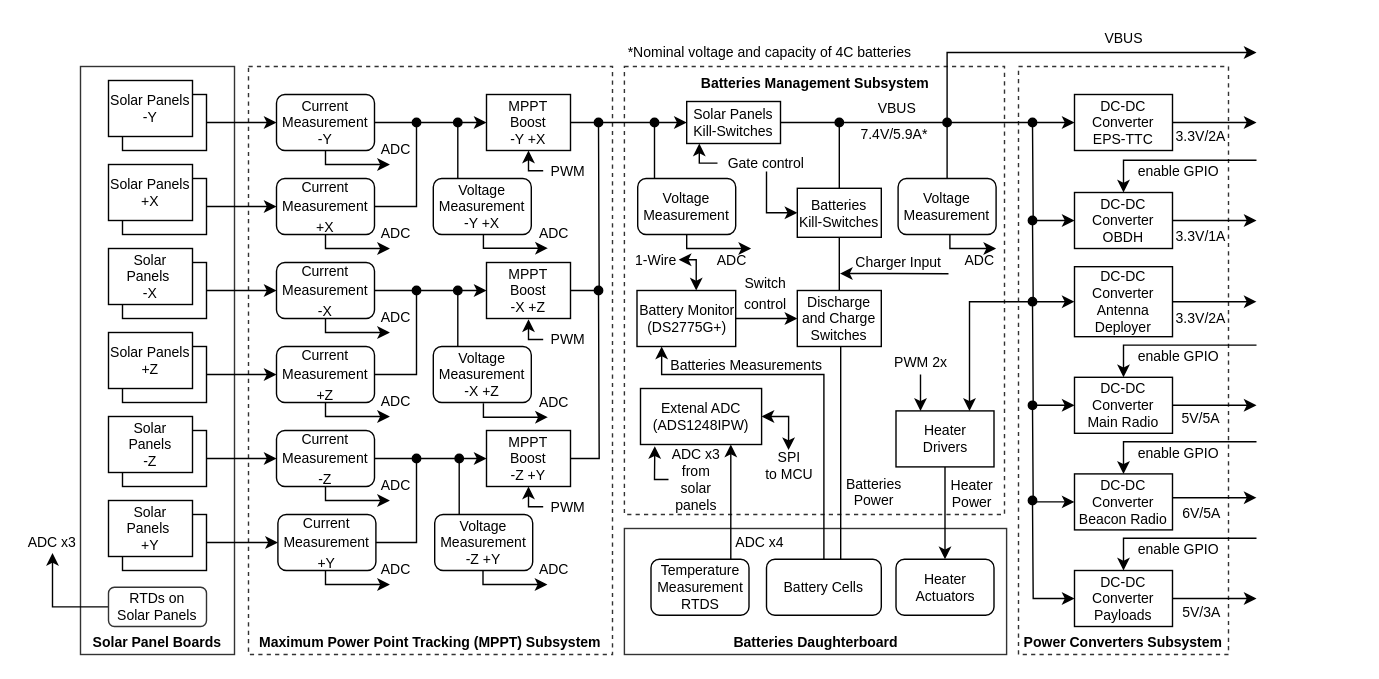
spacelab-ufsc/eps2 keeps this draw.io diagram as doc/figures/eps2_power_diagram.drawio. Above is the earlier version. Source tidied: cells renumbered, new cells numbered last; positions are measured from the earlier drawing's top-left corner, leaving out a move shared by most shapes. Both pictures are drawn from the tidied source at 140%, with x=0, y=0 at pixel (24, 24).
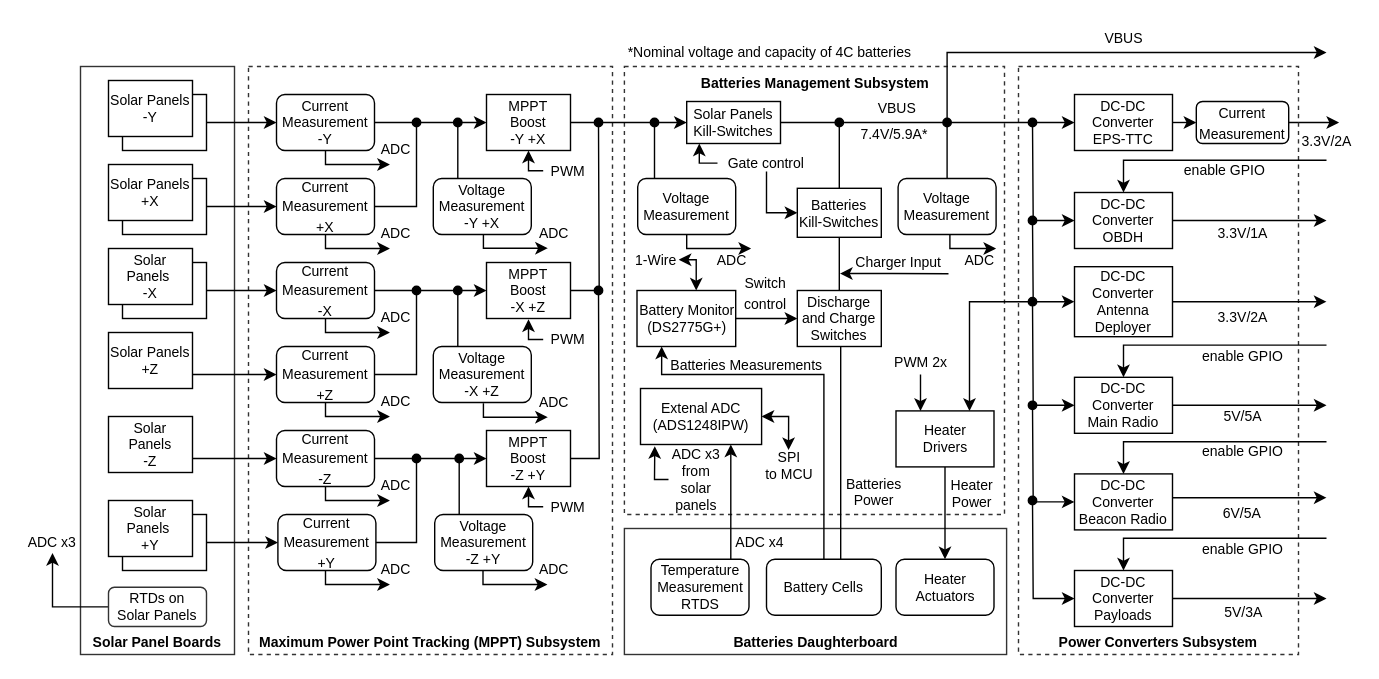
After the change.

Commit message (it also covers changes not shown here):
doc: figures: Updating power diagram and adding solar panels connection diagram

Unchanged cells that the change refers to:
```xml
<mxCell id="14" value="&lt;span style=&quot;font-size: 10px&quot;&gt;Current&lt;/span&gt;&lt;br style=&quot;font-size: 10px&quot;&gt;&lt;span style=&quot;font-size: 10px&quot;&gt;Measurement&lt;br&gt;&lt;/span&gt;&lt;span style=&quot;font-size: 10px&quot;&gt;+Z&lt;/span&gt;" style="rounded=1;whiteSpace=wrap;html=1;" parent="1" vertex="1">
  <mxGeometry x="180" y="230" width="70" height="40" as="geometry" />
</mxCell>
<mxCell id="17" value="&lt;span style=&quot;font-size: 10px&quot;&gt;Current&lt;/span&gt;&lt;br style=&quot;font-size: 10px&quot;&gt;&lt;span style=&quot;font-size: 10px&quot;&gt;Measurement&lt;/span&gt;&lt;br style=&quot;font-size: 10px&quot;&gt;&lt;span style=&quot;font-size: 10px&quot;&gt;-Z&lt;/span&gt;" style="rounded=1;whiteSpace=wrap;html=1;" parent="1" vertex="1">
  <mxGeometry x="180" y="290" width="70" height="40" as="geometry" />
</mxCell>
<mxCell id="70" value="DC-DC&lt;br&gt;Converter&lt;br&gt;EPS-TTC" style="rounded=0;whiteSpace=wrap;html=1;fontSize=10;" parent="1" vertex="1">
  <mxGeometry x="750" y="50" width="70" height="40" as="geometry" />
</mxCell>
<mxCell id="73" value="DC-DC&lt;br&gt;Converter&lt;br&gt;OBDH" style="rounded=0;whiteSpace=wrap;html=1;fontSize=10;" parent="1" vertex="1">
  <mxGeometry x="750" y="120" width="70" height="40" as="geometry" />
</mxCell>
<mxCell id="76" value="DC-DC&lt;br&gt;Converter&lt;br&gt;Antenna Deployer" style="rounded=0;whiteSpace=wrap;html=1;fontSize=10;" parent="1" vertex="1">
  <mxGeometry x="750" y="173" width="70" height="50" as="geometry" />
</mxCell>
<mxCell id="79" value="DC-DC&lt;br&gt;Converter&lt;br&gt;Main Radio" style="rounded=0;whiteSpace=wrap;html=1;fontSize=10;" parent="1" vertex="1">
  <mxGeometry x="750" y="252" width="70" height="40" as="geometry" />
</mxCell>
<mxCell id="84" value="DC-DC&lt;br&gt;Converter&lt;br&gt;Payloads" style="rounded=0;whiteSpace=wrap;html=1;fontSize=10;" parent="1" vertex="1">
  <mxGeometry x="750" y="390" width="70" height="40" as="geometry" />
</mxCell>
<mxCell id="86" value="Solar &lt;br&gt;Panels&lt;br&gt;-Z" style="rounded=0;whiteSpace=wrap;html=1;fontSize=10;" parent="1" vertex="1">
  <mxGeometry x="60" y="280" width="60" height="40" as="geometry" />
</mxCell>
<mxCell id="87" value="&lt;span&gt;Solar Panels&lt;/span&gt;&lt;br&gt;&lt;span&gt;+Z&lt;/span&gt;" style="rounded=0;whiteSpace=wrap;html=1;fontSize=10;" parent="1" vertex="1">
  <mxGeometry x="60" y="220" width="60" height="40" as="geometry" />
</mxCell>
```

Diff of the diagram source:
```diff
@@
+    <mxCell id="69" style="edgeStyle=orthogonalEdgeStyle;rounded=0;orthogonalLoop=1;jettySize=auto;html=1;exitX=1;exitY=0.5;exitDx=0;exitDy=0;endArrow=classic;endFill=1;fontSize=10;" parent="1" edge="1">
+      <mxGeometry relative="1" as="geometry">
+        <mxPoint x="888" y="70" as="sourcePoint" />
+        <mxPoint x="939" y="70" as="targetPoint" />
+      </mxGeometry>
+    </mxCell>
@@
     <mxCell id="5" value="Power Converters Subsystem" style="rounded=0;whiteSpace=wrap;html=1;fontSize=10;dashed=1;strokeWidth=1;fillColor=none;strokeColor=#333333;verticalAlign=bottom;fontStyle=1;" parent="1" vertex="1">
-      <mxGeometry x="710" y="30" width="150" height="420" as="geometry" />
+      <mxGeometry x="710" y="30" width="200" height="420" as="geometry" />
     </mxCell>
@@
-    <mxCell id="26" style="edgeStyle=orthogonalEdgeStyle;rounded=0;jettySize=auto;html=1;exitX=1;exitY=0.5;exitDx=0;exitDy=0;entryX=0;entryY=0.5;entryDx=0;entryDy=0;" parent="1" edge="1" source="27" target="14">
+    <mxCell id="26" style="edgeStyle=orthogonalEdgeStyle;rounded=0;jettySize=auto;html=1;exitX=1;exitY=0.75;exitDx=0;exitDy=0;entryX=0;entryY=0.5;entryDx=0;entryDy=0;" parent="1" edge="1" source="87" target="14">
       <mxGeometry relative="1" as="geometry" />
     </mxCell>
-    <mxCell id="27" style="rounded=0;whiteSpace=wrap;html=1;" parent="1" vertex="1">
-      <mxGeometry x="70" y="230" width="60" height="40" as="geometry" />
-    </mxCell>
-    <mxCell id="28" style="edgeStyle=orthogonalEdgeStyle;rounded=0;jettySize=auto;html=1;exitX=1;exitY=0.5;exitDx=0;exitDy=0;entryX=0;entryY=0.5;entryDx=0;entryDy=0;" parent="1" edge="1" source="29" target="17">
+    <mxCell id="28" style="edgeStyle=orthogonalEdgeStyle;rounded=0;jettySize=auto;html=1;exitX=1;exitY=0.75;exitDx=0;exitDy=0;entryX=0;entryY=0.5;entryDx=0;entryDy=0;" parent="1" edge="1" source="86" target="17">
       <mxGeometry relative="1" as="geometry" />
     </mxCell>
-    <mxCell id="29" style="rounded=0;whiteSpace=wrap;html=1;" parent="1" vertex="1">
-      <mxGeometry x="70" y="290" width="60" height="40" as="geometry" />
-    </mxCell>
@@
-    <mxCell id="69" style="edgeStyle=orthogonalEdgeStyle;rounded=0;jettySize=auto;html=1;exitX=1;exitY=0.5;exitDx=0;exitDy=0;endArrow=classic;endFill=1;fontSize=10;" parent="1" edge="1" source="70">
-      <mxGeometry relative="1" as="geometry">
-        <mxPoint x="880" y="70" as="targetPoint" />
-      </mxGeometry>
-    </mxCell>
@@
     <mxCell id="72" style="edgeStyle=orthogonalEdgeStyle;rounded=0;jettySize=auto;html=1;exitX=1;exitY=0.5;exitDx=0;exitDy=0;endArrow=classic;endFill=1;fontSize=10;" parent="1" edge="1" source="73">
       <mxGeometry relative="1" as="geometry">
-        <mxPoint x="880" y="140" as="targetPoint" />
+        <mxPoint x="930" y="140" as="targetPoint" />
       </mxGeometry>
     </mxCell>
@@
     <mxCell id="75" style="edgeStyle=orthogonalEdgeStyle;rounded=0;jettySize=auto;html=1;exitX=1;exitY=0.5;exitDx=0;exitDy=0;endArrow=classic;endFill=1;fontSize=10;" parent="1" edge="1" source="76">
       <mxGeometry relative="1" as="geometry">
-        <mxPoint x="880" y="198" as="targetPoint" />
+        <mxPoint x="930" y="198" as="targetPoint" />
       </mxGeometry>
     </mxCell>
@@
     <mxCell id="78" style="edgeStyle=orthogonalEdgeStyle;rounded=0;jettySize=auto;html=1;exitX=1;exitY=0.5;exitDx=0;exitDy=0;endArrow=classic;endFill=1;fontSize=10;" parent="1" edge="1" source="79">
       <mxGeometry relative="1" as="geometry">
-        <mxPoint x="880" y="272" as="targetPoint" />
+        <mxPoint x="930" y="272" as="targetPoint" />
       </mxGeometry>
     </mxCell>
@@
     <mxCell id="83" style="edgeStyle=orthogonalEdgeStyle;rounded=0;jettySize=auto;html=1;exitX=1;exitY=0.5;exitDx=0;exitDy=0;startArrow=none;startFill=0;endArrow=classic;endFill=1;strokeColor=#000000;fontColor=#000000;" parent="1" edge="1" source="84">
       <mxGeometry relative="1" as="geometry">
-        <mxPoint x="880" y="410" as="targetPoint" />
+        <mxPoint x="930" y="410" as="targetPoint" />
       </mxGeometry>
     </mxCell>
@@
     <mxCell id="94" value="3.3V/1A" style="text;html=1;strokeColor=none;fillColor=none;align=center;verticalAlign=middle;whiteSpace=wrap;rounded=0;shadow=0;glass=0;sketch=0;fontSize=10;" parent="1" vertex="1">
-      <mxGeometry x="820" y="141" width="41" height="19" as="geometry" />
+      <mxGeometry x="849.5" y="139.5" width="41" height="19" as="geometry" />
     </mxCell>
     <mxCell id="95" value="5V/5A" style="text;html=1;strokeColor=none;fillColor=none;align=center;verticalAlign=middle;whiteSpace=wrap;rounded=0;shadow=0;glass=0;sketch=0;fontSize=10;" parent="1" vertex="1">
-      <mxGeometry x="825" y="272.5" width="31" height="17.5" as="geometry" />
+      <mxGeometry x="854.5" y="271.2" width="31" height="17.5" as="geometry" />
     </mxCell>
     <mxCell id="96" value="3.3V/2A" style="text;html=1;strokeColor=none;fillColor=none;align=center;verticalAlign=middle;whiteSpace=wrap;rounded=0;shadow=0;glass=0;sketch=0;fontSize=10;" parent="1" vertex="1">
-      <mxGeometry x="820" y="199" width="41" height="21" as="geometry" />
+      <mxGeometry x="849.5" y="198.5" width="41" height="21" as="geometry" />
     </mxCell>
     <mxCell id="97" value="6V/5A" style="text;html=1;strokeColor=none;fillColor=none;align=center;verticalAlign=middle;whiteSpace=wrap;rounded=0;shadow=0;glass=0;sketch=0;fontSize=10;" parent="1" vertex="1">
-      <mxGeometry x="825.5" y="338" width="30" height="22" as="geometry" />
+      <mxGeometry x="855" y="338" width="30" height="22" as="geometry" />
     </mxCell>
     <mxCell id="98" value="5V/3A" style="text;html=1;strokeColor=none;fillColor=none;align=center;verticalAlign=middle;whiteSpace=wrap;rounded=0;shadow=0;glass=0;sketch=0;fontSize=10;" parent="1" vertex="1">
-      <mxGeometry x="825.5" y="410" width="30" height="20" as="geometry" />
+      <mxGeometry x="855.5" y="410" width="30" height="20" as="geometry" />
     </mxCell>
     <mxCell id="99" value="3.3V/2A" style="text;html=1;strokeColor=none;fillColor=none;align=center;verticalAlign=middle;whiteSpace=wrap;rounded=0;shadow=0;glass=0;sketch=0;fontSize=10;" parent="1" vertex="1">
-      <mxGeometry x="820" y="70" width="41" height="20" as="geometry" />
+      <mxGeometry x="910" y="73" width="41" height="20" as="geometry" />
     </mxCell>
     <mxCell id="100" style="edgeStyle=orthogonalEdgeStyle;rounded=0;jettySize=auto;html=1;startArrow=classic;startFill=1;endArrow=none;endFill=0;strokeWidth=1;fontSize=10;fontColor=#FF0000;exitX=0.5;exitY=0;exitDx=0;exitDy=0;" parent="1" edge="1" source="84">
       <mxGeometry relative="1" as="geometry">
-        <mxPoint x="880" y="367" as="targetPoint" />
+        <mxPoint x="930" y="367" as="targetPoint" />
         <Array as="points">
           <mxPoint x="785" y="367" />
           <mxPoint x="880" y="367" />
         </Array>
       </mxGeometry>
     </mxCell>
     <mxCell id="101" value="enable GPIO" style="text;html=1;strokeColor=none;fillColor=none;align=center;verticalAlign=middle;whiteSpace=wrap;rounded=0;shadow=0;glass=0;sketch=0;fontSize=10;" parent="1" vertex="1">
-      <mxGeometry x="788" y="367" width="73" height="15" as="geometry" />
+      <mxGeometry x="833.5" y="367" width="73" height="15" as="geometry" />
     </mxCell>
@@
     <mxCell id="105" style="endArrow=classic;html=1;fontColor=#FF0000;rounded=0;" parent="1" edge="1">
       <mxGeometry relative="1" as="geometry">
         <mxPoint x="659" y="70" as="sourcePoint" />
-        <mxPoint x="880" y="20" as="targetPoint" />
+        <mxPoint x="930" y="20" as="targetPoint" />
         <Array as="points">
           <mxPoint x="659" y="20" />
         </Array>
       </mxGeometry>
     </mxCell>
@@
     <mxCell id="121" style="edgeStyle=orthogonalEdgeStyle;rounded=0;orthogonalLoop=1;jettySize=auto;html=1;exitX=1;exitY=0.5;exitDx=0;exitDy=0;startArrow=none;startFill=0;endArrow=classic;endFill=1;strokeColor=#000000;fontColor=#000000;" parent="1" edge="1">
       <mxGeometry relative="1" as="geometry">
         <mxPoint x="820" y="338" as="sourcePoint" />
-        <mxPoint x="880" y="338" as="targetPoint" />
+        <mxPoint x="930" y="338" as="targetPoint" />
       </mxGeometry>
     </mxCell>
     <mxCell id="122" style="edgeStyle=orthogonalEdgeStyle;rounded=0;orthogonalLoop=1;jettySize=auto;html=1;startArrow=classic;startFill=1;endArrow=none;endFill=0;strokeWidth=1;fontSize=10;fontColor=#FF0000;exitX=0.5;exitY=0;exitDx=0;exitDy=0;" parent="1" edge="1">
       <mxGeometry relative="1" as="geometry">
         <mxPoint x="785" y="321" as="sourcePoint" />
-        <mxPoint x="880" y="298" as="targetPoint" />
+        <mxPoint x="930" y="298" as="targetPoint" />
         <Array as="points">
           <mxPoint x="785" y="298" />
           <mxPoint x="880" y="298" />
         </Array>
       </mxGeometry>
     </mxCell>
     <mxCell id="123" value="enable GPIO" style="text;html=1;strokeColor=none;fillColor=none;align=center;verticalAlign=middle;whiteSpace=wrap;rounded=0;shadow=0;glass=0;sketch=0;fontSize=10;" parent="1" vertex="1">
-      <mxGeometry x="788" y="298" width="73" height="15" as="geometry" />
+      <mxGeometry x="833.5" y="297.6" width="73" height="15" as="geometry" />
     </mxCell>
     <mxCell id="124" style="edgeStyle=orthogonalEdgeStyle;rounded=0;orthogonalLoop=1;jettySize=auto;html=1;startArrow=classic;startFill=1;endArrow=none;endFill=0;strokeWidth=1;fontSize=10;fontColor=#FF0000;exitX=0.5;exitY=0;exitDx=0;exitDy=0;" parent="1" edge="1">
       <mxGeometry relative="1" as="geometry">
         <mxPoint x="785" y="252" as="sourcePoint" />
-        <mxPoint x="880" y="229" as="targetPoint" />
+        <mxPoint x="930" y="229" as="targetPoint" />
         <Array as="points">
           <mxPoint x="785" y="229" />
           <mxPoint x="880" y="229" />
         </Array>
       </mxGeometry>
     </mxCell>
     <mxCell id="125" value="enable GPIO" style="text;html=1;strokeColor=none;fillColor=none;align=center;verticalAlign=middle;whiteSpace=wrap;rounded=0;shadow=0;glass=0;sketch=0;fontSize=10;" parent="1" vertex="1">
-      <mxGeometry x="788" y="229" width="73" height="15" as="geometry" />
+      <mxGeometry x="833.5" y="229" width="73" height="15" as="geometry" />
     </mxCell>
     <mxCell id="126" style="edgeStyle=orthogonalEdgeStyle;rounded=0;orthogonalLoop=1;jettySize=auto;html=1;startArrow=classic;startFill=1;endArrow=none;endFill=0;strokeWidth=1;fontSize=10;fontColor=#FF0000;exitX=0.5;exitY=0;exitDx=0;exitDy=0;" parent="1" edge="1">
       <mxGeometry relative="1" as="geometry">
         <mxPoint x="785" y="120" as="sourcePoint" />
-        <mxPoint x="880" y="97" as="targetPoint" />
+        <mxPoint x="930" y="97" as="targetPoint" />
         <Array as="points">
           <mxPoint x="785" y="97" />
           <mxPoint x="880" y="97" />
         </Array>
       </mxGeometry>
     </mxCell>
     <mxCell id="127" value="enable GPIO" style="text;html=1;strokeColor=none;fillColor=none;align=center;verticalAlign=middle;whiteSpace=wrap;rounded=0;shadow=0;glass=0;sketch=0;fontSize=10;" parent="1" vertex="1">
-      <mxGeometry x="788" y="97" width="73" height="15" as="geometry" />
+      <mxGeometry x="821" y="96.5" width="73" height="15" as="geometry" />
     </mxCell>
@@
+    <mxCell id="156" value="&lt;span style=&quot;font-size: 10px&quot;&gt;Current&lt;/span&gt;&lt;br style=&quot;font-size: 10px&quot;&gt;&lt;span style=&quot;font-size: 10px&quot;&gt;Measurement&lt;/span&gt;&lt;span style=&quot;font-size: 10px&quot;&gt;&lt;br&gt;&lt;/span&gt;" style="rounded=1;whiteSpace=wrap;html=1;" parent="1" vertex="1">
+      <mxGeometry x="837" y="55" width="66" height="30" as="geometry" />
+    </mxCell>
+    <mxCell id="157" style="edgeStyle=orthogonalEdgeStyle;rounded=0;jettySize=auto;html=1;exitX=1;exitY=0.5;exitDx=0;exitDy=0;endArrow=classic;endFill=1;fontSize=10;entryX=0;entryY=0.5;entryDx=0;entryDy=0;" parent="1" edge="1" source="70" target="156">
+      <mxGeometry relative="1" as="geometry" />
+    </mxCell>
```
